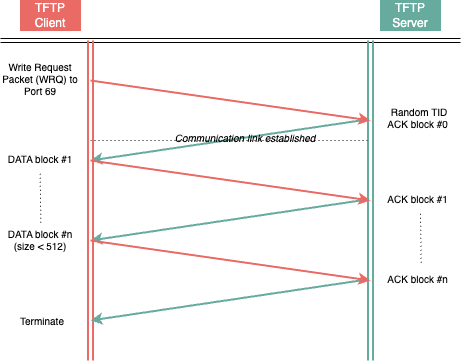
The draw.io diagram TFTP Client MP/Deliverables/nscom01.drawio.png in MatsTill/TFTP-Client, before a commit. Source tidied: cells renumbered, new cells last; positions are measured from the earlier drawing's top-left corner, leaving out a move shared by most shapes. Its diagram source:
```xml
<mxGraphModel>
  <root>
    <mxCell id="0" />
    <mxCell id="1" parent="0" />
    <mxCell id="2" style="shape=link;html=1;rounded=0;strokeWidth=1;" parent="1" edge="1">
      <mxGeometry relative="1" as="geometry">
        <mxPoint y="40" as="sourcePoint" />
        <mxPoint x="460" y="40" as="targetPoint" />
      </mxGeometry>
    </mxCell>
    <mxCell id="3" style="shape=link;html=1;rounded=0;width=4;fillColor=#d80073;strokeColor=#EA6B66;strokeWidth=2;" parent="1" edge="1">
      <mxGeometry relative="1" as="geometry">
        <mxPoint x="90" y="40" as="sourcePoint" />
        <mxPoint x="90" y="360" as="targetPoint" />
      </mxGeometry>
    </mxCell>
    <mxCell id="4" style="shape=link;html=1;rounded=0;fillColor=#008a00;strokeColor=#67AB9F;strokeWidth=2;" parent="1" edge="1">
      <mxGeometry relative="1" as="geometry">
        <mxPoint x="370" y="40" as="sourcePoint" />
        <mxPoint x="370" y="360" as="targetPoint" />
      </mxGeometry>
    </mxCell>
    <mxCell id="5" style="endArrow=classic;html=1;rounded=0;fillColor=#008a00;strokeColor=#67AB9F;strokeWidth=2;" parent="1" edge="1">
      <mxGeometry relative="1" as="geometry">
        <mxPoint x="360" y="120" as="sourcePoint" />
        <mxPoint x="90" y="160" as="targetPoint" />
      </mxGeometry>
    </mxCell>
    <mxCell id="6" style="endArrow=classic;html=1;rounded=0;fillColor=#d80073;strokeColor=#EA6B66;strokeWidth=2;" parent="1" edge="1">
      <mxGeometry relative="1" as="geometry">
        <mxPoint x="90" y="80" as="sourcePoint" />
        <mxPoint x="370" y="120" as="targetPoint" />
      </mxGeometry>
    </mxCell>
    <mxCell id="7" value="TFTP Client" style="text;strokeColor=#EA6B66;align=center;fillColor=#EA6B66;html=1;verticalAlign=middle;whiteSpace=wrap;rounded=0;fontColor=#ffffff;" parent="1" vertex="1">
      <mxGeometry x="20" width="60" height="30" as="geometry" />
    </mxCell>
    <mxCell id="8" value="TFTP Server" style="text;strokeColor=#67AB9F;align=center;fillColor=#67AB9F;html=1;verticalAlign=middle;whiteSpace=wrap;rounded=0;fontColor=#ffffff;" parent="1" vertex="1">
      <mxGeometry x="380" width="60" height="30" as="geometry" />
    </mxCell>
    <mxCell id="9" style="endArrow=classic;html=1;rounded=0;fillColor=#008a00;strokeColor=#67AB9F;strokeWidth=2;" parent="1" edge="1">
      <mxGeometry relative="1" as="geometry">
        <mxPoint x="360" y="200" as="sourcePoint" />
        <mxPoint x="90" y="240" as="targetPoint" />
      </mxGeometry>
    </mxCell>
    <mxCell id="10" style="endArrow=classic;html=1;rounded=0;fillColor=#d80073;strokeColor=#EA6B66;strokeWidth=2;" parent="1" edge="1">
      <mxGeometry relative="1" as="geometry">
        <mxPoint x="90" y="160" as="sourcePoint" />
        <mxPoint x="370" y="200" as="targetPoint" />
      </mxGeometry>
    </mxCell>
    <mxCell id="11" style="endArrow=classic;html=1;rounded=0;fillColor=#008a00;strokeColor=#67AB9F;strokeWidth=2;" parent="1" edge="1">
      <mxGeometry relative="1" as="geometry">
        <mxPoint x="360" y="280" as="sourcePoint" />
        <mxPoint x="90" y="320" as="targetPoint" />
      </mxGeometry>
    </mxCell>
    <mxCell id="12" style="endArrow=classic;html=1;rounded=0;fillColor=#d80073;strokeColor=#EA6B66;strokeWidth=2;" parent="1" edge="1">
      <mxGeometry relative="1" as="geometry">
        <mxPoint x="90" y="240" as="sourcePoint" />
        <mxPoint x="370" y="280" as="targetPoint" />
      </mxGeometry>
    </mxCell>
    <mxCell id="13" value="Write Request Packet (WRQ) to Port 69" style="text;strokeColor=none;align=center;fillColor=none;html=1;verticalAlign=middle;whiteSpace=wrap;rounded=0;fontSize=10;" parent="1" vertex="1">
      <mxGeometry y="63" width="80" height="30" as="geometry" />
    </mxCell>
    <mxCell id="14" value="DATA block #1" style="text;strokeColor=none;align=center;fillColor=none;html=1;verticalAlign=middle;whiteSpace=wrap;rounded=0;fontSize=10;" parent="1" vertex="1">
      <mxGeometry y="143" width="80" height="30" as="geometry" />
    </mxCell>
    <mxCell id="15" value="DATA block #n (size &amp;lt; 512)" style="text;strokeColor=none;align=center;fillColor=none;html=1;verticalAlign=middle;whiteSpace=wrap;rounded=0;fontSize=10;" parent="1" vertex="1">
      <mxGeometry y="224" width="80" height="30" as="geometry" />
    </mxCell>
    <mxCell id="16" style="endArrow=none;dashed=1;html=1;dashPattern=1 3;strokeWidth=1;rounded=0;" parent="1" edge="1">
      <mxGeometry relative="1" as="geometry">
        <mxPoint x="90" y="140" as="sourcePoint" />
        <mxPoint x="370" y="140" as="targetPoint" />
      </mxGeometry>
    </mxCell>
    <mxCell id="17" value="Random TID&lt;br&gt;ACK block #0&amp;nbsp;" style="text;strokeColor=none;align=center;fillColor=none;html=1;verticalAlign=middle;whiteSpace=wrap;rounded=0;fontSize=10;" parent="1" vertex="1">
      <mxGeometry x="374" y="102" width="90" height="30" as="geometry" />
    </mxCell>
    <mxCell id="18" value="ACK block #1&amp;nbsp;" style="text;strokeColor=none;align=center;fillColor=none;html=1;verticalAlign=middle;whiteSpace=wrap;rounded=0;fontSize=10;" parent="1" vertex="1">
      <mxGeometry x="379" y="183" width="80" height="30" as="geometry" />
    </mxCell>
    <mxCell id="19" value="ACK block #n&amp;nbsp;" style="text;strokeColor=none;align=center;fillColor=none;html=1;verticalAlign=middle;whiteSpace=wrap;rounded=0;fontSize=10;" parent="1" vertex="1">
      <mxGeometry x="379" y="263" width="80" height="30" as="geometry" />
    </mxCell>
    <mxCell id="20" value="Terminate" style="text;strokeColor=none;align=center;fillColor=none;html=1;verticalAlign=middle;whiteSpace=wrap;rounded=0;fontSize=10;" parent="1" vertex="1">
      <mxGeometry x="2" y="305" width="80" height="30" as="geometry" />
    </mxCell>
    <mxCell id="21" style="endArrow=none;dashed=1;html=1;dashPattern=1 3;strokeWidth=1;rounded=0;exitX=0.646;exitY=-0.022;exitDx=0;exitDy=0;exitPerimeter=0;" parent="1" edge="1">
      <mxGeometry relative="1" as="geometry">
        <mxPoint x="420.7" y="262.3" as="sourcePoint" />
        <mxPoint x="420" y="213" as="targetPoint" />
      </mxGeometry>
    </mxCell>
    <mxCell id="22" style="endArrow=none;dashed=1;html=1;dashPattern=1 3;strokeWidth=1;rounded=0;exitX=0.646;exitY=-0.022;exitDx=0;exitDy=0;exitPerimeter=0;" parent="1" edge="1">
      <mxGeometry relative="1" as="geometry">
        <mxPoint x="40.3" y="222.3" as="sourcePoint" />
        <mxPoint x="39.7" y="173" as="targetPoint" />
      </mxGeometry>
    </mxCell>
    <mxCell id="23" value="Communication link established" style="text;strokeColor=none;align=center;fillColor=none;html=1;verticalAlign=middle;whiteSpace=wrap;rounded=0;fontSize=10;fontStyle=2;" parent="1" vertex="1">
      <mxGeometry x="170" y="122" width="150" height="30" as="geometry" />
    </mxCell>
  </root>
</mxGraphModel>
```
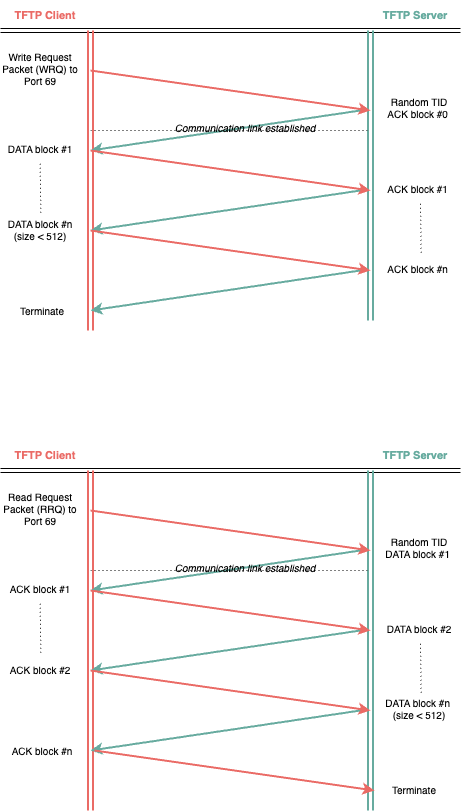
Above is the later version.

What changed in the source:
```diff
@@ -11,13 +11,13 @@
     <mxCell id="3" style="shape=link;html=1;rounded=0;width=4;fillColor=#d80073;strokeColor=#EA6B66;strokeWidth=2;" parent="1" edge="1">
       <mxGeometry relative="1" as="geometry">
         <mxPoint x="90" y="40" as="sourcePoint" />
-        <mxPoint x="90" y="360" as="targetPoint" />
+        <mxPoint x="90" y="340" as="targetPoint" />
       </mxGeometry>
     </mxCell>
     <mxCell id="4" style="shape=link;html=1;rounded=0;fillColor=#008a00;strokeColor=#67AB9F;strokeWidth=2;" parent="1" edge="1">
       <mxGeometry relative="1" as="geometry">
         <mxPoint x="370" y="40" as="sourcePoint" />
-        <mxPoint x="370" y="360" as="targetPoint" />
+        <mxPoint x="370" y="330" as="targetPoint" />
       </mxGeometry>
     </mxCell>
     <mxCell id="5" style="endArrow=classic;html=1;rounded=0;fillColor=#008a00;strokeColor=#67AB9F;strokeWidth=2;" parent="1" edge="1">
@@ -32,11 +32,11 @@
         <mxPoint x="370" y="120" as="targetPoint" />
       </mxGeometry>
     </mxCell>
-    <mxCell id="7" value="TFTP Client" style="text;strokeColor=#EA6B66;align=center;fillColor=#EA6B66;html=1;verticalAlign=middle;whiteSpace=wrap;rounded=0;fontColor=#ffffff;" parent="1" vertex="1">
-      <mxGeometry x="20" width="60" height="30" as="geometry" />
+    <mxCell id="7" value="TFTP Client" style="text;strokeColor=none;align=center;fillColor=none;html=1;verticalAlign=middle;whiteSpace=wrap;rounded=0;fontColor=#EA6B66;fontStyle=1;fontSize=11;" parent="1" vertex="1">
+      <mxGeometry x="5" y="10" width="80" height="30" as="geometry" />
     </mxCell>
-    <mxCell id="8" value="TFTP Server" style="text;strokeColor=#67AB9F;align=center;fillColor=#67AB9F;html=1;verticalAlign=middle;whiteSpace=wrap;rounded=0;fontColor=#ffffff;" parent="1" vertex="1">
-      <mxGeometry x="380" width="60" height="30" as="geometry" />
+    <mxCell id="8" value="TFTP Server" style="text;strokeColor=none;align=center;fillColor=none;html=1;verticalAlign=middle;whiteSpace=wrap;rounded=0;fontColor=#67AB9F;fontStyle=1;fontSize=11;" parent="1" vertex="1">
+      <mxGeometry x="375" y="10" width="80" height="30" as="geometry" />
     </mxCell>
     <mxCell id="9" style="endArrow=classic;html=1;rounded=0;fillColor=#008a00;strokeColor=#67AB9F;strokeWidth=2;" parent="1" edge="1">
       <mxGeometry relative="1" as="geometry">
@@ -104,5 +104,116 @@
     <mxCell id="23" value="Communication link established" style="text;strokeColor=none;align=center;fillColor=none;html=1;verticalAlign=middle;whiteSpace=wrap;rounded=0;fontSize=10;fontStyle=2;" parent="1" vertex="1">
       <mxGeometry x="170" y="122" width="150" height="30" as="geometry" />
     </mxCell>
+    <mxCell id="24" style="shape=link;html=1;rounded=0;strokeWidth=1;" parent="1" edge="1">
+      <mxGeometry relative="1" as="geometry">
+        <mxPoint y="480" as="sourcePoint" />
+        <mxPoint x="460" y="480" as="targetPoint" />
+      </mxGeometry>
+    </mxCell>
+    <mxCell id="25" style="shape=link;html=1;rounded=0;width=4;fillColor=#d80073;strokeColor=#EA6B66;strokeWidth=2;" parent="1" edge="1">
+      <mxGeometry relative="1" as="geometry">
+        <mxPoint x="90" y="480" as="sourcePoint" />
+        <mxPoint x="90" y="820" as="targetPoint" />
+      </mxGeometry>
+    </mxCell>
+    <mxCell id="26" style="shape=link;html=1;rounded=0;fillColor=#008a00;strokeColor=#67AB9F;strokeWidth=2;" parent="1" edge="1">
+      <mxGeometry relative="1" as="geometry">
+        <mxPoint x="370" y="480" as="sourcePoint" />
+        <mxPoint x="370" y="820" as="targetPoint" />
+      </mxGeometry>
+    </mxCell>
+    <mxCell id="27" style="endArrow=classic;html=1;rounded=0;fillColor=#008a00;strokeColor=#67AB9F;strokeWidth=2;" parent="1" edge="1">
+      <mxGeometry relative="1" as="geometry">
+        <mxPoint x="360" y="560" as="sourcePoint" />
+        <mxPoint x="90" y="600" as="targetPoint" />
+      </mxGeometry>
+    </mxCell>
+    <mxCell id="28" style="endArrow=classic;html=1;rounded=0;fillColor=#d80073;strokeColor=#EA6B66;strokeWidth=2;" parent="1" edge="1">
+      <mxGeometry relative="1" as="geometry">
+        <mxPoint x="90" y="520" as="sourcePoint" />
+        <mxPoint x="370" y="560" as="targetPoint" />
+      </mxGeometry>
+    </mxCell>
+    <mxCell id="29" style="endArrow=classic;html=1;rounded=0;fillColor=#008a00;strokeColor=#67AB9F;strokeWidth=2;" parent="1" edge="1">
+      <mxGeometry relative="1" as="geometry">
+        <mxPoint x="360" y="640" as="sourcePoint" />
+        <mxPoint x="90" y="680" as="targetPoint" />
+      </mxGeometry>
+    </mxCell>
+    <mxCell id="30" style="endArrow=classic;html=1;rounded=0;fillColor=#d80073;strokeColor=#EA6B66;strokeWidth=2;" parent="1" edge="1">
+      <mxGeometry relative="1" as="geometry">
+        <mxPoint x="90" y="600" as="sourcePoint" />
+        <mxPoint x="370" y="640" as="targetPoint" />
+      </mxGeometry>
+    </mxCell>
+    <mxCell id="31" style="endArrow=classic;html=1;rounded=0;fillColor=#008a00;strokeColor=#67AB9F;strokeWidth=2;" parent="1" edge="1">
+      <mxGeometry relative="1" as="geometry">
+        <mxPoint x="360" y="720" as="sourcePoint" />
+        <mxPoint x="90" y="760" as="targetPoint" />
+      </mxGeometry>
+    </mxCell>
+    <mxCell id="32" style="endArrow=classic;html=1;rounded=0;fillColor=#d80073;strokeColor=#EA6B66;strokeWidth=2;" parent="1" edge="1">
+      <mxGeometry relative="1" as="geometry">
+        <mxPoint x="90" y="680" as="sourcePoint" />
+        <mxPoint x="370" y="720" as="targetPoint" />
+      </mxGeometry>
+    </mxCell>
+    <mxCell id="33" value="Read Request Packet (RRQ) to Port 69" style="text;strokeColor=none;align=center;fillColor=none;html=1;verticalAlign=middle;whiteSpace=wrap;rounded=0;fontSize=10;" parent="1" vertex="1">
+      <mxGeometry y="503" width="80" height="30" as="geometry" />
+    </mxCell>
+    <mxCell id="34" value="ACK block #1" style="text;strokeColor=none;align=center;fillColor=none;html=1;verticalAlign=middle;whiteSpace=wrap;rounded=0;fontSize=10;" parent="1" vertex="1">
+      <mxGeometry y="583" width="80" height="30" as="geometry" />
+    </mxCell>
+    <mxCell id="35" value="ACK block #2" style="text;strokeColor=none;align=center;fillColor=none;html=1;verticalAlign=middle;whiteSpace=wrap;rounded=0;fontSize=10;" parent="1" vertex="1">
+      <mxGeometry y="664" width="80" height="30" as="geometry" />
+    </mxCell>
+    <mxCell id="36" style="endArrow=none;dashed=1;html=1;dashPattern=1 3;strokeWidth=1;rounded=0;" parent="1" edge="1">
+      <mxGeometry relative="1" as="geometry">
+        <mxPoint x="90" y="580" as="sourcePoint" />
+        <mxPoint x="370" y="580" as="targetPoint" />
+      </mxGeometry>
+    </mxCell>
+    <mxCell id="37" value="Random TID&lt;br&gt;DATA block #1&amp;nbsp;" style="text;strokeColor=none;align=center;fillColor=none;html=1;verticalAlign=middle;whiteSpace=wrap;rounded=0;fontSize=10;" parent="1" vertex="1">
+      <mxGeometry x="374" y="542" width="90" height="30" as="geometry" />
+    </mxCell>
+    <mxCell id="38" value="DATA block #2" style="text;strokeColor=none;align=center;fillColor=none;html=1;verticalAlign=middle;whiteSpace=wrap;rounded=0;fontSize=10;" parent="1" vertex="1">
+      <mxGeometry x="379" y="623" width="80" height="30" as="geometry" />
+    </mxCell>
+    <mxCell id="39" value="DATA block #n&amp;nbsp;&lt;br&gt;(size &amp;lt; 512)" style="text;strokeColor=none;align=center;fillColor=none;html=1;verticalAlign=middle;whiteSpace=wrap;rounded=0;fontSize=10;" parent="1" vertex="1">
+      <mxGeometry x="379" y="703" width="80" height="30" as="geometry" />
+    </mxCell>
+    <mxCell id="40" value="ACK block #n" style="text;strokeColor=none;align=center;fillColor=none;html=1;verticalAlign=middle;whiteSpace=wrap;rounded=0;fontSize=10;" parent="1" vertex="1">
+      <mxGeometry x="2" y="745" width="80" height="30" as="geometry" />
+    </mxCell>
+    <mxCell id="41" style="endArrow=none;dashed=1;html=1;dashPattern=1 3;strokeWidth=1;rounded=0;exitX=0.646;exitY=-0.022;exitDx=0;exitDy=0;exitPerimeter=0;" parent="1" edge="1">
+      <mxGeometry relative="1" as="geometry">
+        <mxPoint x="420.7" y="702.3" as="sourcePoint" />
+        <mxPoint x="420" y="653" as="targetPoint" />
+      </mxGeometry>
+    </mxCell>
+    <mxCell id="42" style="endArrow=none;dashed=1;html=1;dashPattern=1 3;strokeWidth=1;rounded=0;exitX=0.646;exitY=-0.022;exitDx=0;exitDy=0;exitPerimeter=0;" parent="1" edge="1">
+      <mxGeometry relative="1" as="geometry">
+        <mxPoint x="40.3" y="662.3" as="sourcePoint" />
+        <mxPoint x="39.7" y="613" as="targetPoint" />
+      </mxGeometry>
+    </mxCell>
+    <mxCell id="43" value="Communication link established" style="text;strokeColor=none;align=center;fillColor=none;html=1;verticalAlign=middle;whiteSpace=wrap;rounded=0;fontSize=10;fontStyle=2;" parent="1" vertex="1">
+      <mxGeometry x="170" y="562" width="150" height="30" as="geometry" />
+    </mxCell>
+    <mxCell id="44" style="endArrow=classic;html=1;rounded=0;fillColor=#d80073;strokeColor=#EA6B66;strokeWidth=2;" parent="1" edge="1">
+      <mxGeometry relative="1" as="geometry">
+        <mxPoint x="94" y="760" as="sourcePoint" />
+        <mxPoint x="374" y="800" as="targetPoint" />
+      </mxGeometry>
+    </mxCell>
+    <mxCell id="45" value="Terminate" style="text;strokeColor=none;align=center;fillColor=none;html=1;verticalAlign=middle;whiteSpace=wrap;rounded=0;fontSize=10;" parent="1" vertex="1">
+      <mxGeometry x="374" y="784" width="80" height="30" as="geometry" />
+    </mxCell>
+    <mxCell id="46" value="TFTP Client" style="text;strokeColor=none;align=center;fillColor=none;html=1;verticalAlign=middle;whiteSpace=wrap;rounded=0;fontColor=#EA6B66;fontStyle=1;fontSize=11;" parent="1" vertex="1">
+      <mxGeometry x="5" y="450" width="80" height="30" as="geometry" />
+    </mxCell>
+    <mxCell id="47" value="TFTP Server" style="text;strokeColor=none;align=center;fillColor=none;html=1;verticalAlign=middle;whiteSpace=wrap;rounded=0;fontColor=#67AB9F;fontStyle=1;fontSize=11;" parent="1" vertex="1">
+      <mxGeometry x="375" y="450" width="80" height="30" as="geometry" />
+    </mxCell>
   </root>
 </mxGraphModel>
```
